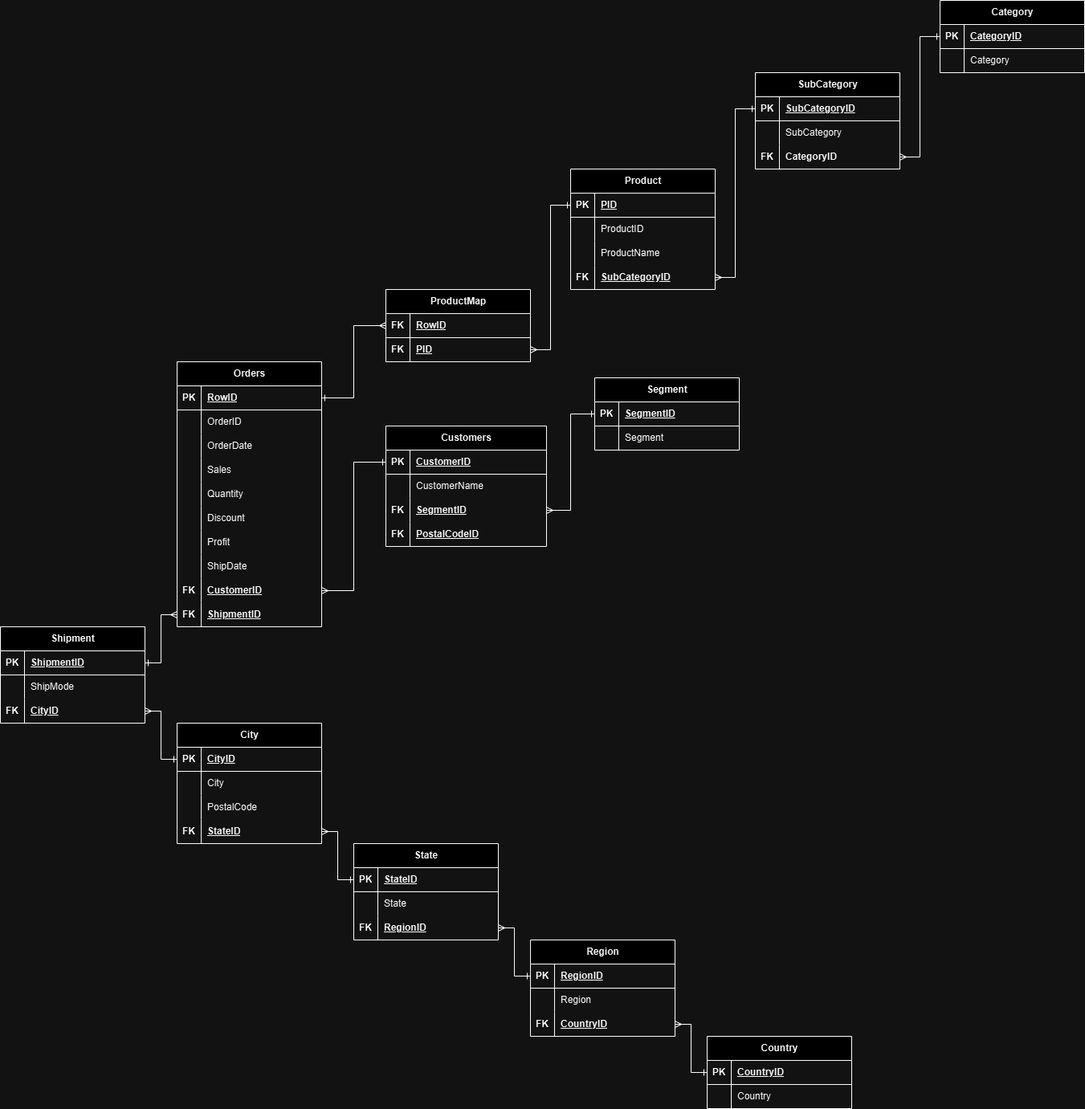
The-DigitalAcademy/superstore_dataset_analysis keeps this draw.io diagram as superstore_erd.png. Above is the earlier version. Source tidied: cells renumbered, new cells last; positions are measured from the earlier drawing's top-left corner, leaving out a move shared by most shapes.
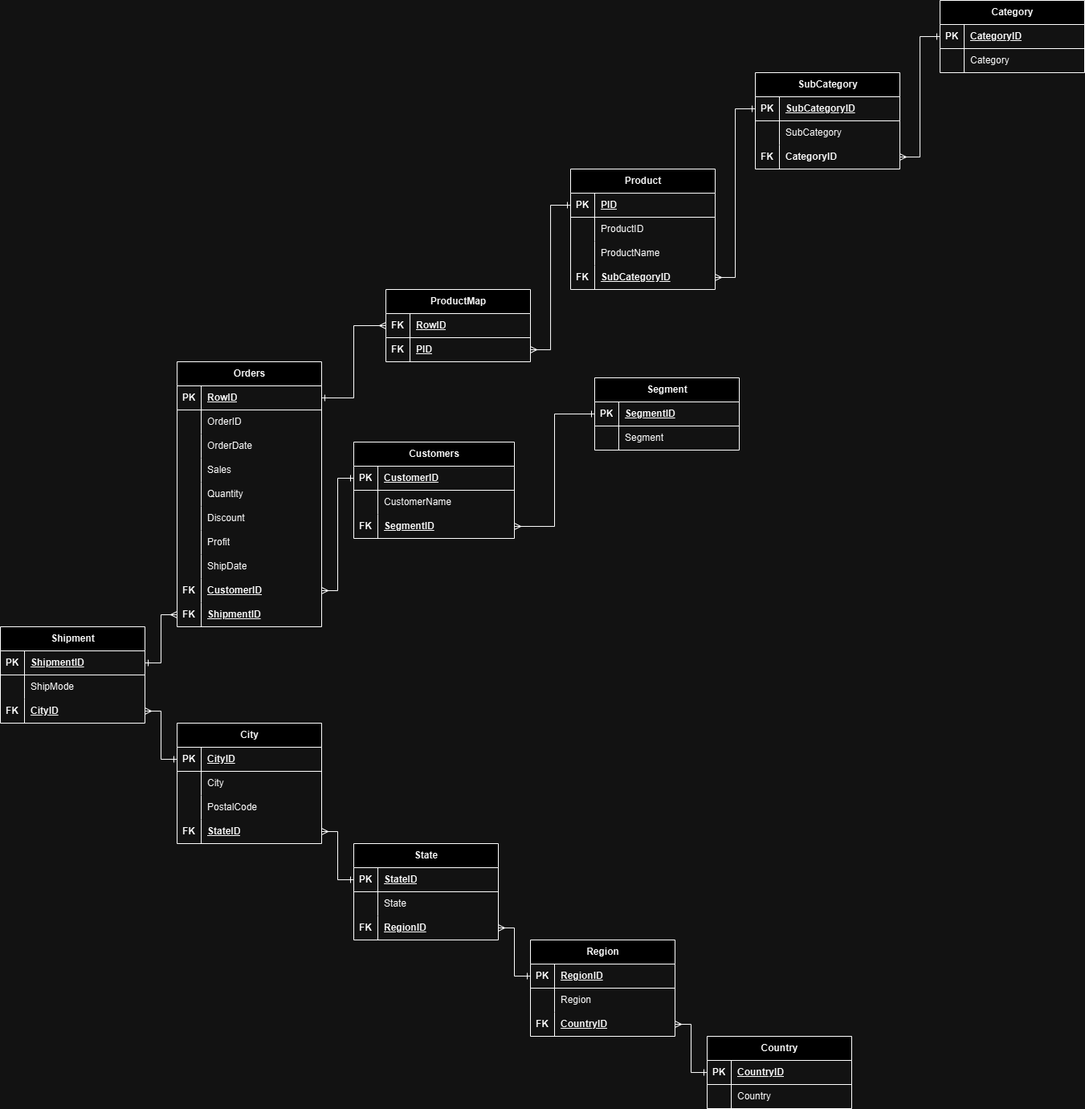
Above is the later version.

Change to the diagram source:
```diff
@@ -3,7 +3,7 @@
     <mxCell id="0" />
     <mxCell id="1" parent="0" />
     <mxCell id="2" value="Customers" style="shape=table;startSize=30;rowLines=0;fontStyle=1;align=center;html=1;" parent="1" vertex="1">
-      <mxGeometry x="480" y="530" width="200" height="150" as="geometry" />
+      <mxGeometry x="440" y="550" width="200" height="120" as="geometry" />
     </mxCell>
     <mxCell id="3" style="shape=tableRow;horizontal=0;startSize=0;swimlaneHead=0;swimlaneBody=0;fillColor=none;points=[[0,0.5],[1,0.5]];portConstraint=eastwest;top=0;left=0;right=0;bottom=1;" parent="2" vertex="1">
       <mxGeometry y="30" width="200" height="30" as="geometry" />
@@ -32,15 +32,6 @@
     <mxCell id="11" value="&lt;b&gt;&lt;u&gt;SegmentID&lt;/u&gt;&lt;/b&gt;" style="shape=partialRectangle;fillColor=none;top=0;left=0;bottom=0;right=0;align=left;spacingLeft=6;overflow=hidden;whiteSpace=wrap;html=1;" parent="9" vertex="1">
       <mxGeometry x="30" width="170" height="30" as="geometry" />
     </mxCell>
-    <mxCell id="12" style="shape=tableRow;horizontal=0;startSize=0;swimlaneHead=0;swimlaneBody=0;fillColor=none;top=0;left=0;right=0;bottom=0;rounded=0;" parent="2" vertex="1">
-      <mxGeometry y="120" width="200" height="30" as="geometry" />
-    </mxCell>
-    <mxCell id="13" value="&lt;b&gt;FK&lt;/b&gt;" style="shape=partialRectangle;fillColor=none;top=0;left=0;bottom=0;right=0;overflow=hidden;whiteSpace=wrap;html=1;" parent="12" vertex="1">
-      <mxGeometry width="30" height="30" as="geometry" />
-    </mxCell>
-    <mxCell id="14" value="&lt;b&gt;&lt;u&gt;PostalCodeID&lt;/u&gt;&lt;/b&gt;" style="shape=partialRectangle;fillColor=none;top=0;left=0;bottom=0;right=0;align=left;spacingLeft=6;overflow=hidden;whiteSpace=wrap;html=1;" parent="12" vertex="1">
-      <mxGeometry x="30" width="170" height="30" as="geometry" />
-    </mxCell>
     <mxCell id="15" value="Orders" style="shape=table;startSize=30;rowLines=0;fontStyle=1;align=center;html=1;" parent="1" vertex="1">
       <mxGeometry x="220" y="450" width="180" height="330" as="geometry" />
     </mxCell>
```
